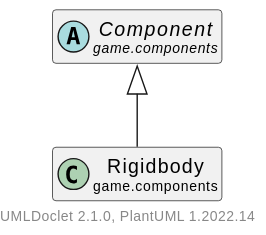
Hirschiii/JavaGameEngine keeps this PlantUML diagram as doc/javadoc/game/components/Rigidbody.svg. Above is the earlier version.
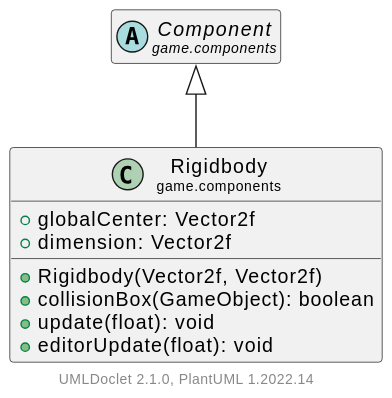
Later version of the same file.

Change to the diagram source:
```diff
@@ -4,6 +4,12 @@
     hide empty methods
 
     class "<size:14>Rigidbody\n<size:10>game.components" as game.components.Rigidbody [[Rigidbody.html]] {
+        +globalCenter: Vector2f
+        +dimension: Vector2f
+        +Rigidbody(Vector2f, Vector2f)
+        +collisionBox(GameObject): boolean
+        +update(float): void
+        +editorUpdate(float): void
     }
 
     abstract class "<size:14>Component\n<size:10>game.components" as game.components.Component [[Component.html]]
```
